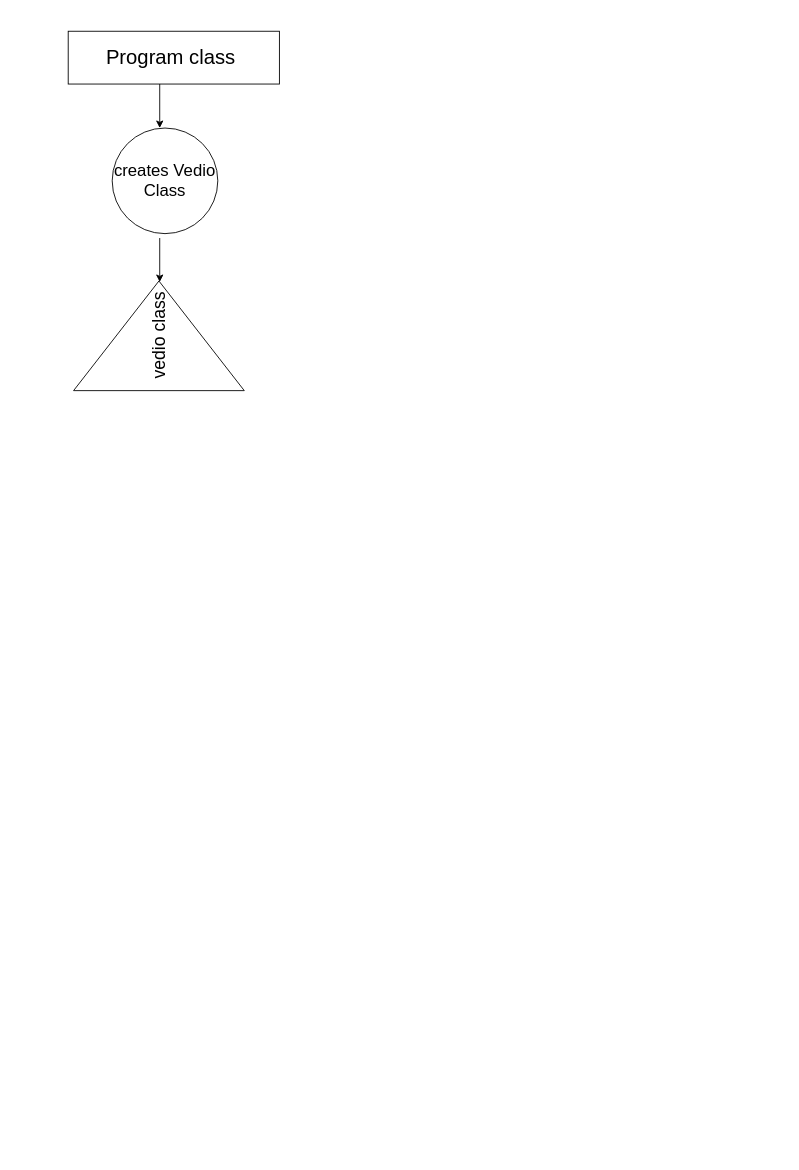
Before: foundation/You Tube Comment Tracker.drawio in SafnetCo2/-cse210-projects, a draw.io diagram. Source tidied: cells renumbered, new cells numbered last; positions are measured from the earlier drawing's top-left corner, leaving out a move shared by most shapes. Both pictures are drawn from the tidied source at 88%, with x=0, y=0 at pixel (68, 31).
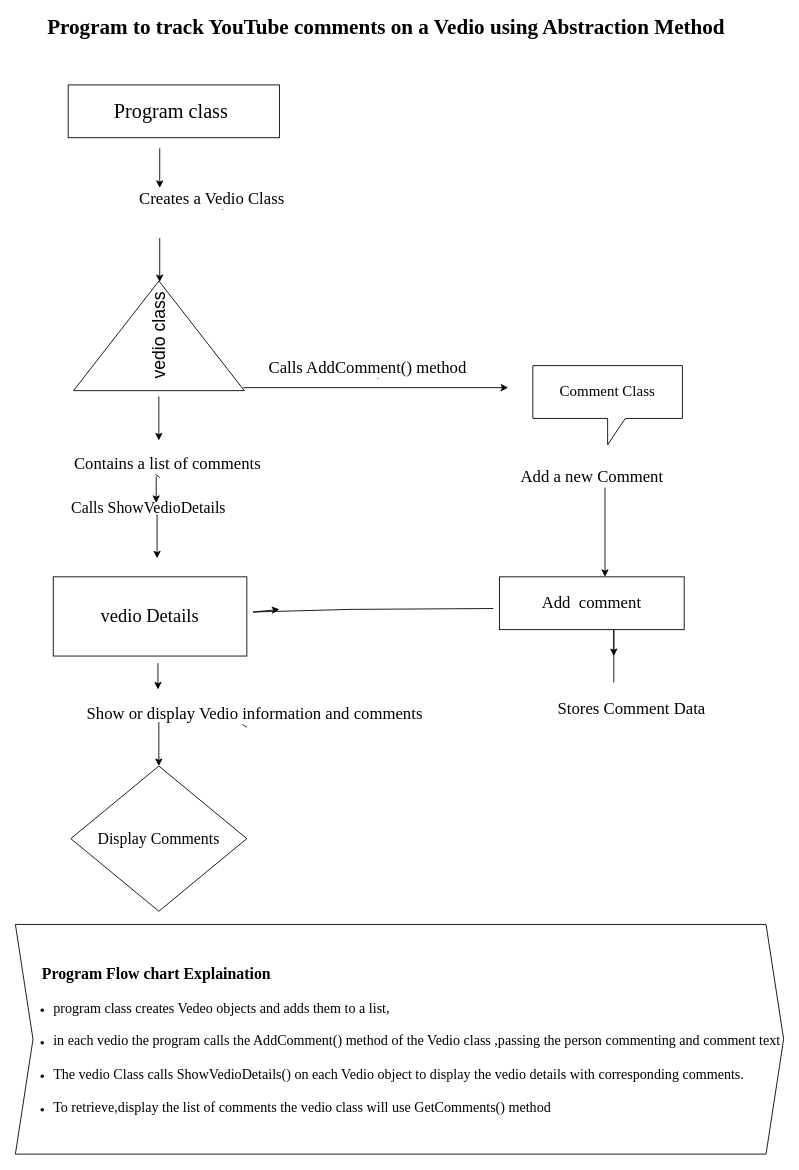
After the change.

Diff of the diagram source:
```diff
@@
-    <mxCell id="3" value="Program class&amp;nbsp;" style="rounded=0;whiteSpace=wrap;html=1;fontSize=23;" parent="1" vertex="1">
-      <mxGeometry width="240" height="60" as="geometry" />
+    <mxCell id="3" value="&lt;font face=&quot;Times New Roman&quot;&gt;Program class&amp;nbsp;&lt;/font&gt;" style="rounded=0;whiteSpace=wrap;html=1;fontSize=23;" parent="1" vertex="1">
+      <mxGeometry y="61" width="240" height="60" as="geometry" />
     </mxCell>
     <mxCell id="4" style="endArrow=classic;html=1;rounded=0;" parent="1" edge="1">
       <mxGeometry relative="1" as="geometry">
-        <mxPoint x="104" y="60" as="sourcePoint" />
-        <mxPoint x="104" y="110" as="targetPoint" />
+        <mxPoint x="104" y="133" as="sourcePoint" />
+        <mxPoint x="104" y="178" as="targetPoint" />
       </mxGeometry>
     </mxCell>
-    <mxCell id="5" value="creates Vedio Class" style="ellipse;whiteSpace=wrap;html=1;fontSize=19;" parent="1" vertex="1">
-      <mxGeometry x="50" y="110" width="120" height="120" as="geometry" />
-    </mxCell>
@@
+    <mxCell id="8" style="endArrow=classic;html=1;rounded=0;" parent="1" edge="1">
+      <mxGeometry relative="1" as="geometry">
+        <mxPoint x="103" y="415" as="sourcePoint" />
+        <mxPoint x="103" y="465" as="targetPoint" />
+      </mxGeometry>
+    </mxCell>
+    <mxCell id="9" value="&lt;font face=&quot;Times New Roman&quot;&gt;&lt;font style=&quot;font-size: 19px;&quot;&gt;Contains a list of comments&lt;/font&gt;&amp;nbsp;&lt;/font&gt;" style="edgeStyle=none;orthogonalLoop=1;jettySize=auto;html=1;rounded=0;" parent="1" edge="1">
+      <mxGeometry x="-1" y="-16" relative="1" as="geometry">
+        <mxPoint x="104" y="507" as="sourcePoint" />
+        <mxPoint x="80" y="490" as="targetPoint" />
+        <mxPoint x="1" y="-2" as="offset" />
+      </mxGeometry>
+    </mxCell>
+    <mxCell id="10" value="&lt;font face=&quot;Times New Roman&quot;&gt;Calls ShowVedioDetails&lt;/font&gt;" style="edgeStyle=none;orthogonalLoop=1;jettySize=auto;html=1;rounded=0;fontSize=18;" parent="1" edge="1">
+      <mxGeometry relative="1" as="geometry">
+        <mxPoint x="51" y="542" as="sourcePoint" />
+        <mxPoint x="131" y="542" as="targetPoint" />
+      </mxGeometry>
+    </mxCell>
+    <mxCell id="11" style="endArrow=classic;html=1;rounded=0;" parent="1" edge="1">
+      <mxGeometry relative="1" as="geometry">
+        <mxPoint x="101" y="549" as="sourcePoint" />
+        <mxPoint x="101" y="599" as="targetPoint" />
+      </mxGeometry>
+    </mxCell>
+    <mxCell id="12" value="&lt;font face=&quot;Times New Roman&quot;&gt;&lt;span style=&quot;font-size: 19px;&quot;&gt;Show or display Vedio information and comments&lt;/span&gt;&amp;nbsp;&lt;/font&gt;" style="edgeStyle=none;orthogonalLoop=1;jettySize=auto;html=1;rounded=0;" parent="1" edge="1">
+      <mxGeometry x="-0.98" y="-18" relative="1" as="geometry">
+        <mxPoint x="203" y="791" as="sourcePoint" />
+        <mxPoint x="179" y="774" as="targetPoint" />
+      </mxGeometry>
+    </mxCell>
+    <mxCell id="13" style="endArrow=classic;html=1;rounded=0;" parent="1" edge="1">
+      <mxGeometry relative="1" as="geometry">
+        <mxPoint x="103" y="785" as="sourcePoint" />
+        <mxPoint x="103" y="835" as="targetPoint" />
+      </mxGeometry>
+    </mxCell>
+    <mxCell id="14" value="&lt;font face=&quot;Times New Roman&quot; style=&quot;font-size: 18px;&quot;&gt;Display Comments&lt;/font&gt;" style="rhombus;whiteSpace=wrap;html=1;" parent="1" vertex="1">
+      <mxGeometry x="3" y="835" width="200" height="165" as="geometry" />
+    </mxCell>
+    <mxCell id="15" style="edgeStyle=orthogonalEdgeStyle;rounded=0;orthogonalLoop=1;jettySize=auto;html=1;exitX=0.5;exitY=1;exitDx=0;exitDy=0;" parent="1" edge="1">
+      <mxGeometry relative="1" as="geometry">
+        <mxPoint x="102" y="718" as="sourcePoint" />
+        <mxPoint x="102" y="748" as="targetPoint" />
+      </mxGeometry>
+    </mxCell>
+    <mxCell id="16" value="&lt;font face=&quot;Times New Roman&quot;&gt;vedio Details&lt;/font&gt;" style="rounded=0;whiteSpace=wrap;html=1;fontSize=21;" parent="1" vertex="1">
+      <mxGeometry x="-17" y="620" width="220" height="90" as="geometry" />
+    </mxCell>
+    <mxCell id="17" style="endArrow=classic;html=1;rounded=0;fontSize=14;" parent="1" edge="1">
+      <mxGeometry relative="1" as="geometry">
+        <mxPoint x="199" y="405" as="sourcePoint" />
+        <mxPoint x="500" y="405" as="targetPoint" />
+      </mxGeometry>
+    </mxCell>
+    <mxCell id="18" value="&lt;font face=&quot;Times New Roman&quot;&gt;Comment Class&lt;/font&gt;" style="shape=callout;whiteSpace=wrap;html=1;perimeter=calloutPerimeter;fontSize=17;" parent="1" vertex="1">
+      <mxGeometry x="528" y="380" width="170" height="90" as="geometry" />
+    </mxCell>
+    <mxCell id="19" value="&lt;span style=&quot;font-size: 19px;&quot;&gt;&lt;font face=&quot;Times New Roman&quot;&gt;Add a new Comment&lt;/font&gt;&lt;/span&gt;" style="edgeStyle=none;orthogonalLoop=1;jettySize=auto;html=1;rounded=0;" parent="1" edge="1">
+      <mxGeometry x="-1" y="-16" relative="1" as="geometry">
+        <mxPoint x="610" y="509" as="sourcePoint" />
+        <mxPoint x="610" y="620" as="targetPoint" />
+        <mxPoint x="1" y="-2" as="offset" />
+      </mxGeometry>
+    </mxCell>
+    <mxCell id="20" value="&lt;span style=&quot;font-size: 19px;&quot;&gt;&lt;font face=&quot;Times New Roman&quot;&gt;Calls AddComment() method&lt;/font&gt;&lt;/span&gt;" style="edgeStyle=none;orthogonalLoop=1;jettySize=auto;html=1;rounded=0;" parent="1" edge="1">
+      <mxGeometry x="0.4" y="8" relative="1" as="geometry">
+        <mxPoint x="293" y="391" as="sourcePoint" />
+        <mxPoint x="360" y="391" as="targetPoint" />
+      </mxGeometry>
+    </mxCell>
+    <mxCell id="21" value="&lt;font face=&quot;Times New Roman&quot;&gt;Add&amp;nbsp; comment&lt;/font&gt;" style="rounded=0;whiteSpace=wrap;html=1;fontSize=19;" parent="1" vertex="1">
+      <mxGeometry x="490" y="620" width="210" height="60" as="geometry" />
+    </mxCell>
+    <mxCell id="22" style="endArrow=classic;html=1;rounded=0;exitX=-0.033;exitY=0.6;exitDx=0;exitDy=0;exitPerimeter=0;" parent="1" edge="1" source="21">
+      <mxGeometry relative="1" as="geometry">
+        <mxPoint x="240" y="657" as="targetPoint" />
+        <Array as="points">
+          <mxPoint x="320" y="657" />
+          <mxPoint x="210" y="660" />
+        </Array>
+      </mxGeometry>
+    </mxCell>
+    <mxCell id="23" value="&lt;span style=&quot;font-size: 19px;&quot;&gt;&lt;font face=&quot;Times New Roman&quot;&gt;Stores Comment Data&lt;/font&gt;&lt;/span&gt;" style="edgeStyle=none;orthogonalLoop=1;jettySize=auto;html=1;rounded=0;" parent="1" edge="1">
+      <mxGeometry x="-1" y="-36" relative="1" as="geometry">
+        <mxPoint x="620" y="740" as="sourcePoint" />
+        <mxPoint x="620" y="710" as="targetPoint" />
+        <Array as="points">
+          <mxPoint x="620" y="680" />
+        </Array>
+        <mxPoint x="-16" y="30" as="offset" />
+      </mxGeometry>
+    </mxCell>
+    <mxCell id="24" value="&lt;p style=&quot;text-align: left; margin-bottom: 0in; background: transparent; line-height: 160%;&quot;&gt;&lt;font face=&quot;Times New Roman&quot; style=&quot;font-size: 18px; line-height: 160%;&quot;&gt;&lt;b&gt;&amp;nbsp; &amp;nbsp; &amp;nbsp; Program Flow chart Explaination&lt;/b&gt;&lt;/font&gt;&lt;/p&gt;&lt;ul style=&quot;line-height: 160%;&quot;&gt;&lt;li&gt;&lt;p style=&quot;text-align: justify; margin-bottom: 0in; background: transparent;&quot;&gt;&lt;font size=&quot;3&quot; face=&quot;Times New Roman&quot; style=&quot;line-height: 160%;&quot;&gt;program class creates Vedeo objects and adds them to a list,&lt;/font&gt;&lt;/p&gt;&lt;/li&gt;&lt;li&gt;&lt;p style=&quot;text-align: justify; margin-bottom: 0in; background: transparent;&quot;&gt;&lt;font size=&quot;3&quot; face=&quot;Times New Roman&quot; style=&quot;line-height: 160%;&quot;&gt;in each vedio the program calls the AddComment() method of the Vedio class ,passing the person commenting and comment text&lt;/font&gt;&lt;/p&gt;&lt;/li&gt;&lt;li&gt;&lt;p style=&quot;text-align: justify; margin-bottom: 0in; background: transparent;&quot;&gt;&lt;font size=&quot;3&quot; face=&quot;Times New Roman&quot; style=&quot;line-height: 160%;&quot;&gt;The vedio Class calls ShowVedioDetails() on each Vedio object to display the vedio details with corresponding comments.&lt;/font&gt;&lt;/p&gt;&lt;/li&gt;&lt;li&gt;&lt;p style=&quot;text-align: justify; margin-bottom: 0in; background: transparent;&quot;&gt;&lt;font size=&quot;3&quot; face=&quot;Times New Roman&quot; style=&quot;line-height: 160%;&quot;&gt;To retrieve,display the list of comments the vedio class will use GetComments() method&lt;/font&gt;&lt;/p&gt;&lt;/li&gt;&lt;/ul&gt;" style="shape=step;perimeter=stepPerimeter;whiteSpace=wrap;html=1;fixedSize=1;align=center;" parent="1" vertex="1">
+      <mxGeometry x="-60" y="1015" width="873" height="261" as="geometry" />
+    </mxCell>
+    <mxCell id="25" style="endArrow=classic;html=1;rounded=0;" parent="1" edge="1">
+      <mxGeometry relative="1" as="geometry">
+        <mxPoint x="100" y="506" as="sourcePoint" />
+        <mxPoint x="100" y="536" as="targetPoint" />
+      </mxGeometry>
+    </mxCell>
+    <mxCell id="26" value="&lt;span style=&quot;font-size: 19px;&quot;&gt;&lt;font face=&quot;Times New Roman&quot;&gt;Creates a Vedio Class&lt;/font&gt;&lt;/span&gt;" style="edgeStyle=none;orthogonalLoop=1;jettySize=auto;html=1;rounded=0;" parent="1" edge="1">
+      <mxGeometry x="0.4" y="8" relative="1" as="geometry">
+        <mxPoint x="116" y="199" as="sourcePoint" />
+        <mxPoint x="183" y="199" as="targetPoint" />
+      </mxGeometry>
+    </mxCell>
+    <mxCell id="27" value="&lt;b style=&quot;&quot;&gt;&lt;font face=&quot;Times New Roman&quot; style=&quot;font-size: 24px;&quot;&gt;Program to track YouTube comments on a Vedio using Abstraction Method&lt;/font&gt;&lt;/b&gt;" style="edgeStyle=none;orthogonalLoop=1;jettySize=auto;html=1;rounded=0;" parent="1" edge="1">
+      <mxGeometry x="0.4" y="8" relative="1" as="geometry">
+        <mxPoint x="314" y="4" as="sourcePoint" />
+        <mxPoint x="381" y="4" as="targetPoint" />
+      </mxGeometry>
+    </mxCell>
```
